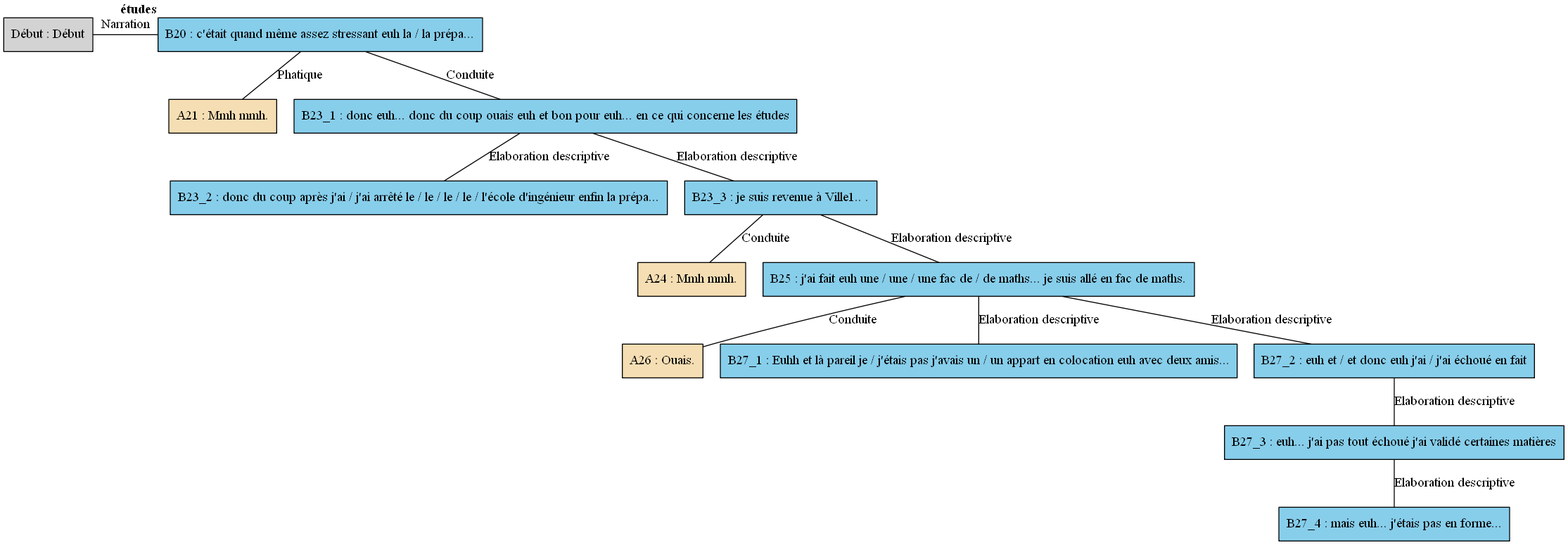
AlaixComet/AnnotationSlamPTut keeps this Graphviz diagram as arbres/Nord/Nord_-_E04.gv.png. Above is the earlier version. Its source is kept beside it as arbres/Nord/Nord_-_E04.gv. Source of this version:
```dot
digraph E04 {
	node [shape=box style=filled]
	"Début" [label="Début : Début" xlabel=""]
	B20 [label="B20 : c'était quand même assez stressant euh la / la prépa..." fillcolor=skyblue xlabel=<<B>études</B>>]
	A21 [label="A21 : Mmh mmh." fillcolor=wheat xlabel=""]
	B23_1 [label="B23_1 : donc euh... donc du coup ouais euh et bon pour euh... en ce qui concerne les études" fillcolor=skyblue xlabel=""]
	B23_2 [label="B23_2 : donc du coup après j'ai / j'ai arrêté le / le / le / le / l'école d'ingénieur enfin la prépa..." fillcolor=skyblue xlabel=""]
	B23_3 [label="B23_3 : je suis revenue à Ville1.. ." fillcolor=skyblue xlabel=""]
	A24 [label="A24 : Mmh mmh." fillcolor=wheat xlabel=""]
	B25 [label="B25 : j'ai fait euh une / une / une fac de / de maths... je suis allé en fac de maths." fillcolor=skyblue xlabel=""]
	A26 [label="A26 : Ouais." fillcolor=wheat xlabel=""]
	B27_1 [label="B27_1 : Euhh et là pareil je / j'étais pas j'avais un / un appart en colocation euh avec deux amis..." fillcolor=skyblue xlabel=""]
	B27_2 [label="B27_2 : euh et / et donc euh j'ai / j'ai échoué en fait" fillcolor=skyblue xlabel=""]
	B27_3 [label="B27_3 : euh... j'ai pas tout échoué j'ai validé certaines matières" fillcolor=skyblue xlabel=""]
	B27_4 [label="B27_4 : mais euh... j'étais pas en forme..." fillcolor=skyblue xlabel=""]
	{
		rank=same
		"Début"
		B20
		"Début" -> B20 [label=Narration dir=none]
	}
	B20 -> A21 [label=Phatique dir=none]
	B20 -> B23_1 [label=Conduite dir=none]
	B23_1 -> B23_2 [label="Elaboration descriptive" dir=none]
	B23_1 -> B23_3 [label="Elaboration descriptive" dir=none]
	B23_3 -> A24 [label=Conduite dir=none]
	B23_3 -> B25 [label="Elaboration descriptive" dir=none]
	B25 -> A26 [label=Conduite dir=none]
	B25 -> B27_1 [label="Elaboration descriptive" dir=none]
	B25 -> B27_2 [label="Elaboration descriptive" dir=none]
	B27_2 -> B27_3 [label="Elaboration descriptive" dir=none]
	B27_3 -> B27_4 [label="Elaboration descriptive" dir=none]
}
```
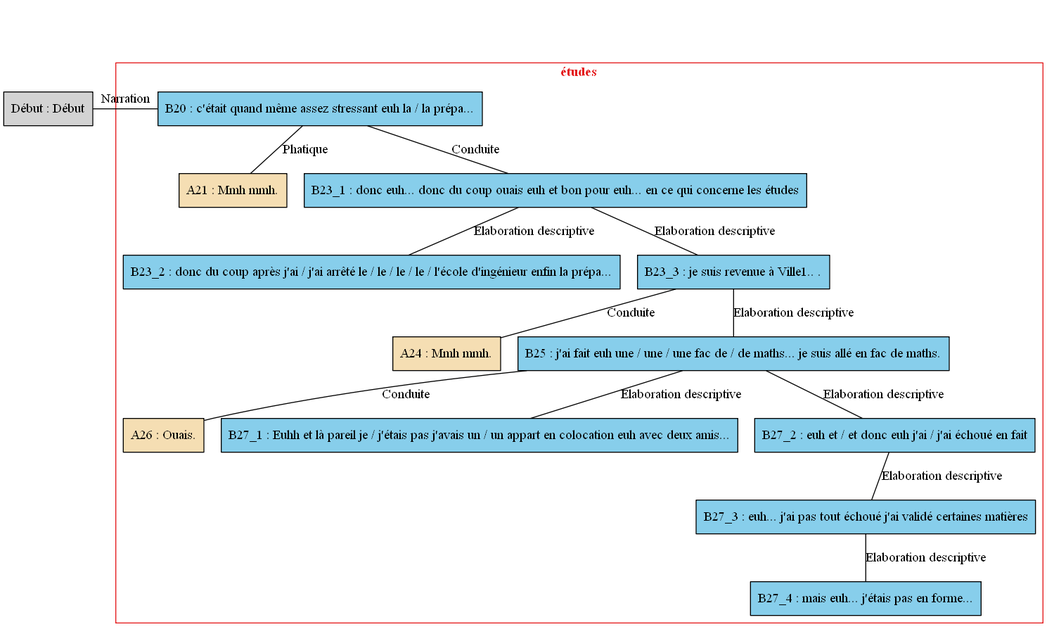
Above is the later version.

Change to the diagram source:
```diff
@@ -1,33 +1,50 @@
 digraph E04 {
 	node [shape=box style=filled]
-	"Début" [label="Début : Début" xlabel=""]
-	B20 [label="B20 : c'était quand même assez stressant euh la / la prépa..." fillcolor=skyblue xlabel=<<B>études</B>>]
-	A21 [label="A21 : Mmh mmh." fillcolor=wheat xlabel=""]
-	B23_1 [label="B23_1 : donc euh... donc du coup ouais euh et bon pour euh... en ce qui concerne les études" fillcolor=skyblue xlabel=""]
-	B23_2 [label="B23_2 : donc du coup après j'ai / j'ai arrêté le / le / le / le / l'école d'ingénieur enfin la prépa..." fillcolor=skyblue xlabel=""]
-	B23_3 [label="B23_3 : je suis revenue à Ville1.. ." fillcolor=skyblue xlabel=""]
-	A24 [label="A24 : Mmh mmh." fillcolor=wheat xlabel=""]
-	B25 [label="B25 : j'ai fait euh une / une / une fac de / de maths... je suis allé en fac de maths." fillcolor=skyblue xlabel=""]
-	A26 [label="A26 : Ouais." fillcolor=wheat xlabel=""]
-	B27_1 [label="B27_1 : Euhh et là pareil je / j'étais pas j'avais un / un appart en colocation euh avec deux amis..." fillcolor=skyblue xlabel=""]
-	B27_2 [label="B27_2 : euh et / et donc euh j'ai / j'ai échoué en fait" fillcolor=skyblue xlabel=""]
-	B27_3 [label="B27_3 : euh... j'ai pas tout échoué j'ai validé certaines matières" fillcolor=skyblue xlabel=""]
-	B27_4 [label="B27_4 : mais euh... j'étais pas en forme..." fillcolor=skyblue xlabel=""]
-	{
-		rank=same
-		"Début"
+	newrank=true
+	zero [style=invis]
+	"Début" [label="Début : Début"]
+	B20 [label="B20 : c'était quand même assez stressant euh la / la prépa..." fillcolor=skyblue]
+	A21 [label="A21 : Mmh mmh." fillcolor=wheat]
+	B23_1 [label="B23_1 : donc euh... donc du coup ouais euh et bon pour euh... en ce qui concerne les études" fillcolor=skyblue]
+	B23_2 [label="B23_2 : donc du coup après j'ai / j'ai arrêté le / le / le / le / l'école d'ingénieur enfin la prépa..." fillcolor=skyblue]
+	B23_3 [label="B23_3 : je suis revenue à Ville1.. ." fillcolor=skyblue]
+	A24 [label="A24 : Mmh mmh." fillcolor=wheat]
+	B25 [label="B25 : j'ai fait euh une / une / une fac de / de maths... je suis allé en fac de maths." fillcolor=skyblue]
+	A26 [label="A26 : Ouais." fillcolor=wheat]
+	B27_1 [label="B27_1 : Euhh et là pareil je / j'étais pas j'avais un / un appart en colocation euh avec deux amis..." fillcolor=skyblue]
+	B27_2 [label="B27_2 : euh et / et donc euh j'ai / j'ai échoué en fait" fillcolor=skyblue]
+	B27_3 [label="B27_3 : euh... j'ai pas tout échoué j'ai validé certaines matières" fillcolor=skyblue]
+	B27_4 [label="B27_4 : mais euh... j'étais pas en forme..." fillcolor=skyblue]
+	zero -> "Début" [label="" style=invis]
+	zero -> B20 [style=invis weight=1]
+	"Début" -> B20 [label=Narration constraint=false dir=none]
+	B20 -> A21 [label=Phatique dir=none weight=2]
+	B20 -> B23_1 [label=Conduite dir=none weight=2]
+	B23_1 -> B23_2 [label="Elaboration descriptive" dir=none weight=2]
+	B23_1 -> B23_3 [label="Elaboration descriptive" dir=none weight=2]
+	B23_3 -> A24 [label=Conduite dir=none weight=2]
+	B23_3 -> B25 [label="Elaboration descriptive" dir=none weight=2]
+	B25 -> A26 [label=Conduite dir=none weight=2]
+	B25 -> B27_1 [label="Elaboration descriptive" dir=none weight=2]
+	B25 -> B27_2 [label="Elaboration descriptive" dir=none weight=2]
+	B27_2 -> B27_3 [label="Elaboration descriptive" dir=none weight=2]
+	B27_3 -> B27_4 [label="Elaboration descriptive" dir=none weight=2]
+	subgraph cluster_1 {
+		label=<<B>études</B>>
+		colorscheme=set19
+		color=1
+		fontcolor=1
 		B20
-		"Début" -> B20 [label=Narration dir=none]
+		A21
+		B23_1
+		B23_2
+		B23_3
+		A24
+		B25
+		A26
+		B27_1
+		B27_2
+		B27_3
+		B27_4
 	}
-	B20 -> A21 [label=Phatique dir=none]
-	B20 -> B23_1 [label=Conduite dir=none]
-	B23_1 -> B23_2 [label="Elaboration descriptive" dir=none]
-	B23_1 -> B23_3 [label="Elaboration descriptive" dir=none]
-	B23_3 -> A24 [label=Conduite dir=none]
-	B23_3 -> B25 [label="Elaboration descriptive" dir=none]
-	B25 -> A26 [label=Conduite dir=none]
-	B25 -> B27_1 [label="Elaboration descriptive" dir=none]
-	B25 -> B27_2 [label="Elaboration descriptive" dir=none]
-	B27_2 -> B27_3 [label="Elaboration descriptive" dir=none]
-	B27_3 -> B27_4 [label="Elaboration descriptive" dir=none]
 }
```
